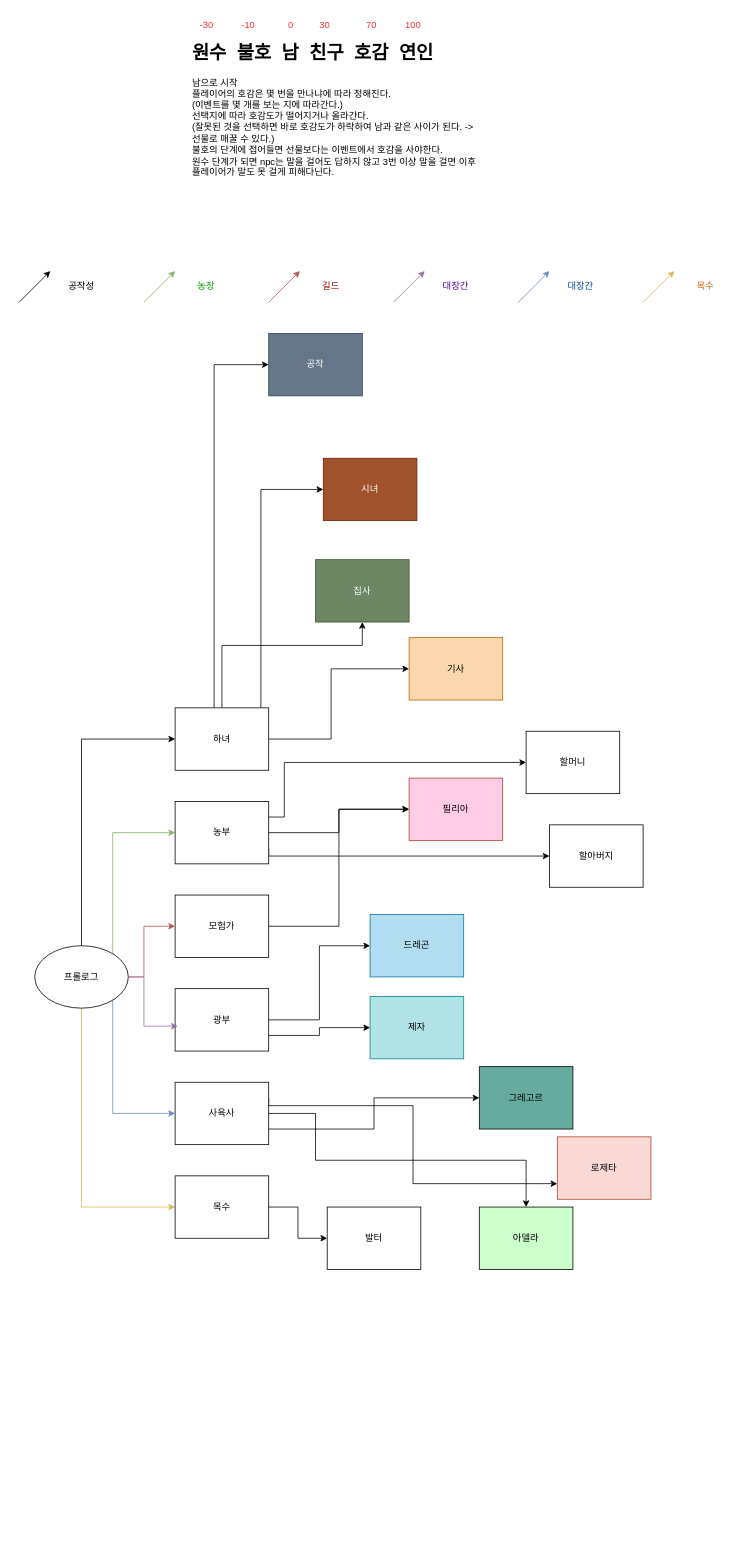
Above: 스토리다이어그램.drawio in dlwlstjs/welcome-to-starting-village (draw.io), before the change. Source tidied: cells renumbered, new cells numbered last; positions are measured from the earlier drawing's top-left corner, leaving out a move shared by most shapes. Both pictures are drawn from the tidied source at 78%, with x=0, y=0 at pixel (19, 13).
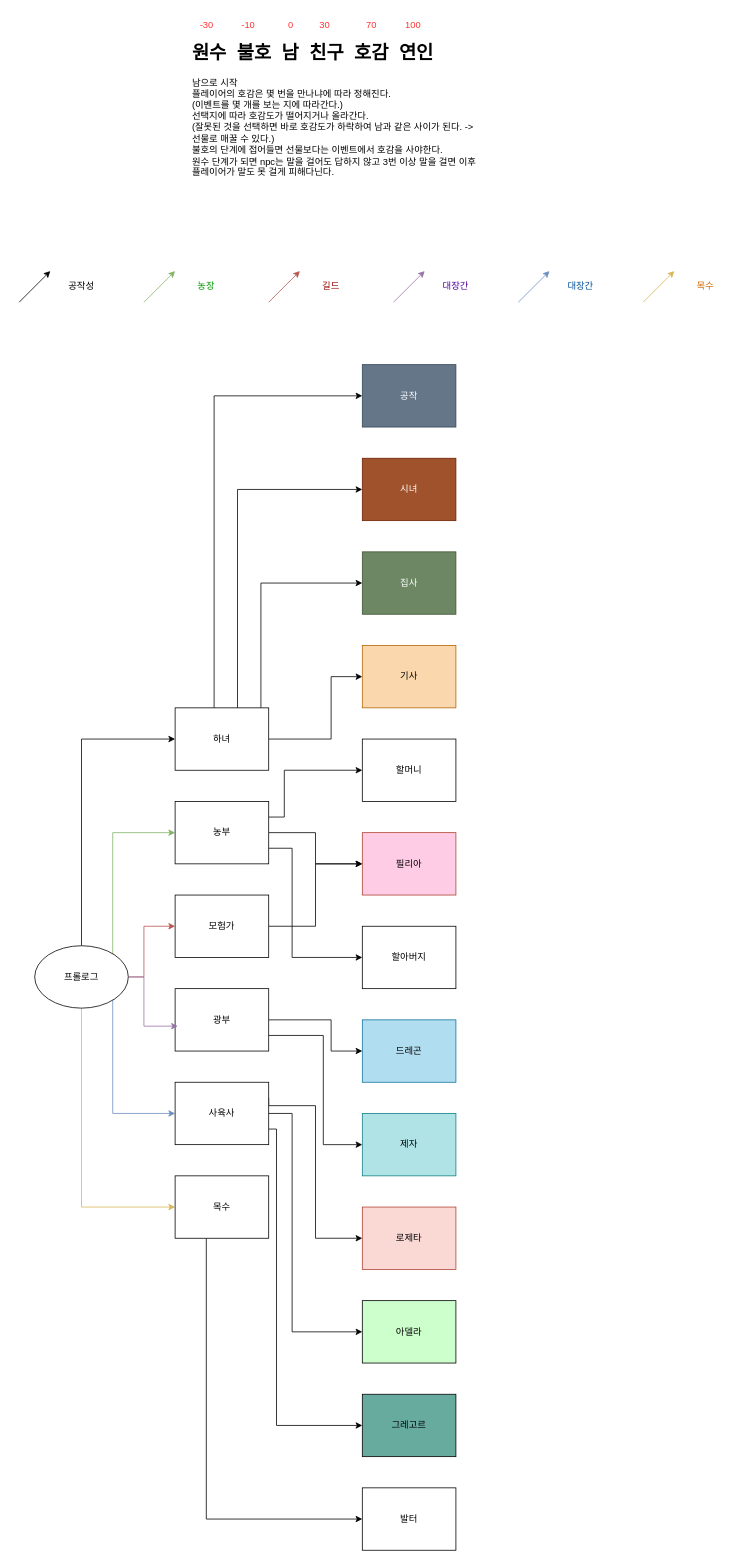
Above is the later version.

Unchanged cells that the change refers to:
```xml
<mxCell id="12" value="하녀" style="rounded=0;whiteSpace=wrap;html=1;" parent="1" vertex="1">
  <mxGeometry x="200" y="890" width="120" height="80" as="geometry" />
</mxCell>
<mxCell id="15" value="광부" style="rounded=0;whiteSpace=wrap;html=1;" parent="1" vertex="1">
  <mxGeometry x="200" y="1250" width="120" height="80" as="geometry" />
</mxCell>
<mxCell id="19" value="농부" style="rounded=0;whiteSpace=wrap;html=1;" parent="1" vertex="1">
  <mxGeometry x="200" y="1010" width="120" height="80" as="geometry" />
</mxCell>
<mxCell id="23" value="사육사" style="rounded=0;whiteSpace=wrap;html=1;" parent="1" vertex="1">
  <mxGeometry x="200" y="1370" width="120" height="80" as="geometry" />
</mxCell>
<mxCell id="27" value="목수" style="rounded=0;whiteSpace=wrap;html=1;" parent="1" vertex="1">
  <mxGeometry x="200" y="1490" width="120" height="80" as="geometry" />
</mxCell>
```

Diff of the diagram source:
```diff
@@
     <mxCell id="8" style="edgeStyle=orthogonalEdgeStyle;rounded=0;jettySize=auto;html=1;" parent="1" edge="1" source="12" target="29">
       <mxGeometry relative="1" as="geometry">
         <Array as="points">
-          <mxPoint x="250" y="450" />
+          <mxPoint x="250" y="490" />
         </Array>
       </mxGeometry>
     </mxCell>
     <mxCell id="9" style="edgeStyle=orthogonalEdgeStyle;rounded=0;jettySize=auto;html=1;entryX=0;entryY=0.5;entryDx=0;entryDy=0;" parent="1" edge="1" source="12" target="42">
       <mxGeometry relative="1" as="geometry">
         <Array as="points">
-          <mxPoint x="310" y="610" />
+          <mxPoint x="280" y="610" />
         </Array>
       </mxGeometry>
     </mxCell>
     <mxCell id="10" style="edgeStyle=orthogonalEdgeStyle;rounded=0;jettySize=auto;html=1;" parent="1" edge="1" source="12" target="43">
       <mxGeometry relative="1" as="geometry">
         <Array as="points">
-          <mxPoint x="260" y="810" />
-          <mxPoint x="440" y="810" />
+          <mxPoint x="310" y="730" />
         </Array>
       </mxGeometry>
     </mxCell>
     <mxCell id="11" style="edgeStyle=orthogonalEdgeStyle;rounded=0;jettySize=auto;html=1;entryX=0;entryY=0.5;entryDx=0;entryDy=0;" parent="1" edge="1" source="12" target="44">
       <mxGeometry relative="1" as="geometry">
         <Array as="points">
           <mxPoint x="400" y="930" />
-          <mxPoint x="400" y="840" />
+          <mxPoint x="400" y="850" />
         </Array>
       </mxGeometry>
     </mxCell>
@@
     <mxCell id="13" style="edgeStyle=orthogonalEdgeStyle;rounded=0;jettySize=auto;html=1;entryX=0;entryY=0.5;entryDx=0;entryDy=0;" parent="1" edge="1" source="15" target="48">
-      <mxGeometry relative="1" as="geometry" />
+      <mxGeometry relative="1" as="geometry">
+        <Array as="points">
+          <mxPoint x="400" y="1290" />
+          <mxPoint x="400" y="1330" />
+        </Array>
+      </mxGeometry>
     </mxCell>
     <mxCell id="14" style="edgeStyle=orthogonalEdgeStyle;rounded=0;jettySize=auto;html=1;exitX=1;exitY=0.75;exitDx=0;exitDy=0;entryX=0;entryY=0.5;entryDx=0;entryDy=0;" parent="1" edge="1" source="15" target="49">
-      <mxGeometry relative="1" as="geometry" />
+      <mxGeometry relative="1" as="geometry">
+        <Array as="points">
+          <mxPoint x="390" y="1310" />
+          <mxPoint x="390" y="1450" />
+        </Array>
+      </mxGeometry>
     </mxCell>
@@
     <mxCell id="17" style="edgeStyle=orthogonalEdgeStyle;rounded=0;jettySize=auto;html=1;exitX=1;exitY=0.25;exitDx=0;exitDy=0;entryX=0;entryY=0.5;entryDx=0;entryDy=0;" parent="1" edge="1" source="19" target="46">
       <mxGeometry relative="1" as="geometry">
         <Array as="points">
           <mxPoint x="340" y="1030" />
-          <mxPoint x="340" y="960" />
+          <mxPoint x="340" y="970" />
         </Array>
       </mxGeometry>
     </mxCell>
     <mxCell id="18" style="edgeStyle=orthogonalEdgeStyle;rounded=0;jettySize=auto;html=1;exitX=1;exitY=0.75;exitDx=0;exitDy=0;entryX=0;entryY=0.5;entryDx=0;entryDy=0;" parent="1" edge="1" source="19" target="45">
       <mxGeometry relative="1" as="geometry">
         <Array as="points">
-          <mxPoint x="320" y="1080" />
+          <mxPoint x="350" y="1070" />
+          <mxPoint x="350" y="1210" />
         </Array>
       </mxGeometry>
     </mxCell>
@@
     <mxCell id="20" style="edgeStyle=orthogonalEdgeStyle;rounded=0;jettySize=auto;html=1;exitX=1;exitY=0.75;exitDx=0;exitDy=0;" parent="1" edge="1" source="23" target="50">
-      <mxGeometry relative="1" as="geometry" />
+      <mxGeometry relative="1" as="geometry">
+        <Array as="points">
+          <mxPoint x="330" y="1430" />
+          <mxPoint x="330" y="1810" />
+        </Array>
+      </mxGeometry>
     </mxCell>
-    <mxCell id="21" style="edgeStyle=orthogonalEdgeStyle;rounded=0;jettySize=auto;html=1;exitX=1;exitY=0.25;exitDx=0;exitDy=0;entryX=0;entryY=0.75;entryDx=0;entryDy=0;" parent="1" edge="1" source="23" target="51">
+    <mxCell id="21" style="edgeStyle=orthogonalEdgeStyle;rounded=0;jettySize=auto;html=1;exitX=1;exitY=0.25;exitDx=0;exitDy=0;entryX=0;entryY=0.5;entryDx=0;entryDy=0;" parent="1" edge="1" source="23" target="51">
       <mxGeometry relative="1" as="geometry">
         <Array as="points">
           <mxPoint x="320" y="1400" />
-          <mxPoint x="505" y="1400" />
-          <mxPoint x="505" y="1500" />
+          <mxPoint x="380" y="1400" />
+          <mxPoint x="380" y="1570" />
         </Array>
       </mxGeometry>
     </mxCell>
     <mxCell id="22" style="edgeStyle=orthogonalEdgeStyle;rounded=0;jettySize=auto;html=1;exitX=1;exitY=0.5;exitDx=0;exitDy=0;" parent="1" edge="1" source="23" target="52">
       <mxGeometry relative="1" as="geometry">
         <Array as="points">
-          <mxPoint x="380" y="1410" />
-          <mxPoint x="380" y="1470" />
-          <mxPoint x="650" y="1470" />
+          <mxPoint x="350" y="1410" />
+          <mxPoint x="350" y="1690" />
         </Array>
       </mxGeometry>
     </mxCell>
@@
     <mxCell id="26" style="edgeStyle=orthogonalEdgeStyle;rounded=0;jettySize=auto;html=1;entryX=0;entryY=0.5;entryDx=0;entryDy=0;" parent="1" edge="1" source="27" target="53">
-      <mxGeometry relative="1" as="geometry" />
+      <mxGeometry relative="1" as="geometry">
+        <Array as="points">
+          <mxPoint x="240" y="1930" />
+        </Array>
+      </mxGeometry>
     </mxCell>
@@
     <mxCell id="29" value="공작" style="rounded=0;whiteSpace=wrap;html=1;fillColor=#647687;fontColor=#ffffff;strokeColor=#314354;" parent="1" vertex="1">
-      <mxGeometry x="320" y="410" width="120" height="80" as="geometry" />
+      <mxGeometry x="440" y="450" width="120" height="80" as="geometry" />
     </mxCell>
@@
     <mxCell id="42" value="시녀" style="rounded=0;whiteSpace=wrap;html=1;fillColor=#a0522d;fontColor=#ffffff;strokeColor=#6D1F00;" parent="1" vertex="1">
-      <mxGeometry x="390" y="570" width="120" height="80" as="geometry" />
+      <mxGeometry x="440" y="570" width="120" height="80" as="geometry" />
     </mxCell>
     <mxCell id="43" value="집사" style="rounded=0;whiteSpace=wrap;html=1;fillColor=#6d8764;fontColor=#ffffff;strokeColor=#3A5431;" parent="1" vertex="1">
-      <mxGeometry x="380" y="700" width="120" height="80" as="geometry" />
+      <mxGeometry x="440" y="690" width="120" height="80" as="geometry" />
     </mxCell>
     <mxCell id="44" value="기사" style="rounded=0;whiteSpace=wrap;html=1;fillColor=#fad7ac;strokeColor=#b46504;" parent="1" vertex="1">
-      <mxGeometry x="500" y="800" width="120" height="80" as="geometry" />
+      <mxGeometry x="440" y="810" width="120" height="80" as="geometry" />
     </mxCell>
     <mxCell id="45" value="할아버지" style="rounded=0;whiteSpace=wrap;html=1;" parent="1" vertex="1">
-      <mxGeometry x="680" y="1040" width="120" height="80" as="geometry" />
+      <mxGeometry x="440" y="1170" width="120" height="80" as="geometry" />
     </mxCell>
     <mxCell id="46" value="할머니" style="rounded=0;whiteSpace=wrap;html=1;" parent="1" vertex="1">
-      <mxGeometry x="650" y="920" width="120" height="80" as="geometry" />
+      <mxGeometry x="440" y="930" width="120" height="80" as="geometry" />
     </mxCell>
     <mxCell id="47" value="필리아" style="rounded=0;whiteSpace=wrap;html=1;fillColor=#FFCCE6;strokeColor=#ae4132;" parent="1" vertex="1">
-      <mxGeometry x="500" y="980" width="120" height="80" as="geometry" />
+      <mxGeometry x="440" y="1050" width="120" height="80" as="geometry" />
     </mxCell>
     <mxCell id="48" value="드레곤" style="rounded=0;whiteSpace=wrap;html=1;fillColor=#b1ddf0;strokeColor=#10739e;" parent="1" vertex="1">
-      <mxGeometry x="450" y="1155" width="120" height="80" as="geometry" />
+      <mxGeometry x="440" y="1290" width="120" height="80" as="geometry" />
     </mxCell>
     <mxCell id="49" value="제자" style="rounded=0;whiteSpace=wrap;html=1;fillColor=#b0e3e6;strokeColor=#0e8088;" parent="1" vertex="1">
-      <mxGeometry x="450" y="1260" width="120" height="80" as="geometry" />
+      <mxGeometry x="440" y="1410" width="120" height="80" as="geometry" />
     </mxCell>
     <mxCell id="50" value="그레고르" style="rounded=0;whiteSpace=wrap;html=1;fillColor=#67AB9F;" parent="1" vertex="1">
-      <mxGeometry x="590" y="1350" width="120" height="80" as="geometry" />
+      <mxGeometry x="440" y="1770" width="120" height="80" as="geometry" />
     </mxCell>
     <mxCell id="51" value="로제타" style="rounded=0;whiteSpace=wrap;html=1;fillColor=#fad9d5;strokeColor=#ae4132;" parent="1" vertex="1">
-      <mxGeometry x="690" y="1440" width="120" height="80" as="geometry" />
+      <mxGeometry x="440" y="1530" width="120" height="80" as="geometry" />
     </mxCell>
     <mxCell id="52" value="아델라" style="rounded=0;whiteSpace=wrap;html=1;fillColor=#CCFFCC;" parent="1" vertex="1">
-      <mxGeometry x="590" y="1530" width="120" height="80" as="geometry" />
+      <mxGeometry x="440" y="1650" width="120" height="80" as="geometry" />
     </mxCell>
     <mxCell id="53" value="발터" style="rounded=0;whiteSpace=wrap;html=1;" parent="1" vertex="1">
-      <mxGeometry x="395" y="1530" width="120" height="80" as="geometry" />
+      <mxGeometry x="440" y="1890" width="120" height="80" as="geometry" />
     </mxCell>
```
